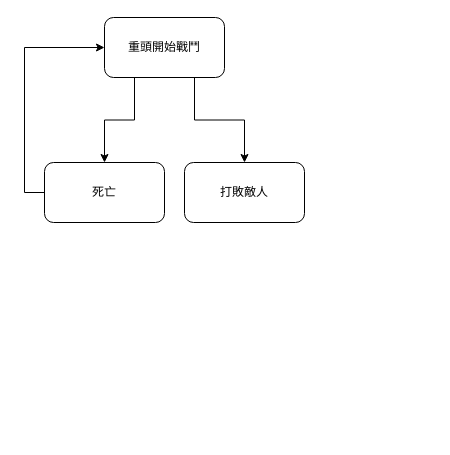
Before: 戰鬥機制.drawio in a6984234/ForDraw.io, a draw.io diagram. Source tidied: cells renumbered, new cells numbered last; positions are measured from the earlier drawing's top-left corner, leaving out a move shared by most shapes. Both pictures are drawn from the tidied source at 100%, with x=0, y=0 at pixel (44, 17).
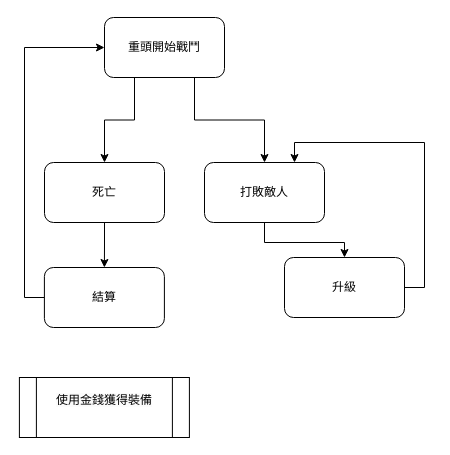
After the change.

Commit message:
更新戰鬥機制.drawio

What changed in the source:
```diff
@@
 <mxGraphModel>
   <root>
     <mxCell id="0" />
     <mxCell id="1" parent="0" />
     <mxCell id="2" style="edgeStyle=orthogonalEdgeStyle;rounded=0;jettySize=auto;html=1;exitX=0.25;exitY=1;exitDx=0;exitDy=0;entryX=0.5;entryY=0;entryDx=0;entryDy=0;" parent="1" edge="1" source="4" target="7">
       <mxGeometry relative="1" as="geometry" />
     </mxCell>
     <mxCell id="3" style="edgeStyle=orthogonalEdgeStyle;rounded=0;jettySize=auto;html=1;exitX=0.75;exitY=1;exitDx=0;exitDy=0;entryX=0.5;entryY=0;entryDx=0;entryDy=0;" parent="1" edge="1" source="4" target="5">
       <mxGeometry relative="1" as="geometry" />
     </mxCell>
     <mxCell id="4" value="重頭開始戰鬥" style="rounded=1;whiteSpace=wrap;html=1;" parent="1" vertex="1">
       <mxGeometry x="60" width="120" height="60" as="geometry" />
     </mxCell>
+    <mxCell id="8" style="edgeStyle=orthogonalEdgeStyle;rounded=0;jettySize=auto;html=1;exitX=0.5;exitY=1;exitDx=0;exitDy=0;" parent="1" edge="1" source="5" target="11">
+      <mxGeometry relative="1" as="geometry" />
+    </mxCell>
     <mxCell id="5" value="打敗敵人" style="rounded=1;whiteSpace=wrap;html=1;" parent="1" vertex="1">
-      <mxGeometry x="140" y="145" width="120" height="60" as="geometry" />
+      <mxGeometry x="160" y="145" width="120" height="60" as="geometry" />
     </mxCell>
-    <mxCell id="6" style="edgeStyle=orthogonalEdgeStyle;rounded=0;jettySize=auto;html=1;exitX=0;exitY=0.5;exitDx=0;exitDy=0;entryX=0;entryY=0.5;entryDx=0;entryDy=0;" parent="1" edge="1" source="7" target="4">
-      <mxGeometry relative="1" as="geometry" />
+    <mxCell id="6" style="edgeStyle=orthogonalEdgeStyle;rounded=0;jettySize=auto;html=1;exitX=0;exitY=0.5;exitDx=0;exitDy=0;entryX=0;entryY=0.5;entryDx=0;entryDy=0;" parent="1" edge="1" source="13" target="4">
+      <mxGeometry relative="1" as="geometry">
+        <Array as="points">
+          <mxPoint x="-20" y="280" />
+          <mxPoint x="-20" y="30" />
+        </Array>
+      </mxGeometry>
     </mxCell>
+    <mxCell id="9" style="edgeStyle=orthogonalEdgeStyle;rounded=0;jettySize=auto;html=1;exitX=0.5;exitY=1;exitDx=0;exitDy=0;" parent="1" edge="1" source="7" target="13">
+      <mxGeometry relative="1" as="geometry" />
+    </mxCell>
     <mxCell id="7" value="死亡" style="rounded=1;whiteSpace=wrap;html=1;" parent="1" vertex="1">
       <mxGeometry y="145" width="120" height="60" as="geometry" />
     </mxCell>
+    <mxCell id="10" style="edgeStyle=orthogonalEdgeStyle;rounded=0;jettySize=auto;html=1;exitX=1;exitY=0.5;exitDx=0;exitDy=0;entryX=0.75;entryY=0;entryDx=0;entryDy=0;" parent="1" edge="1" source="11" target="5">
+      <mxGeometry relative="1" as="geometry" />
+    </mxCell>
+    <mxCell id="11" value="升級" style="rounded=1;whiteSpace=wrap;html=1;" parent="1" vertex="1">
+      <mxGeometry x="240" y="240" width="120" height="60" as="geometry" />
+    </mxCell>
+    <mxCell id="12" value="&#10;&lt;span style=&quot;forced-color-adjust: none; color: rgb(0, 0, 0); font-family: Helvetica; font-size: 12px; font-style: normal; font-variant-ligatures: normal; font-variant-caps: normal; font-weight: 400; letter-spacing: normal; orphans: 2; text-align: center; text-indent: 0px; text-transform: none; widows: 2; word-spacing: 0px; -webkit-text-stroke-width: 0px; white-space: normal; text-decoration-thickness: initial; text-decoration-style: initial; text-decoration-color: initial; background-color: rgb(251, 251, 251); float: none; display: inline !important;&quot;&gt;使用金錢獲得裝備&lt;/span&gt;&lt;br style=&quot;forced-color-adjust: none; color: rgb(0, 0, 0); font-family: Helvetica; font-size: 12px; font-style: normal; font-variant-ligatures: normal; font-variant-caps: normal; font-weight: 400; letter-spacing: normal; orphans: 2; text-align: center; text-indent: 0px; text-transform: none; widows: 2; word-spacing: 0px; -webkit-text-stroke-width: 0px; white-space: normal; background-color: rgb(251, 251, 251); text-decoration-thickness: initial; text-decoration-style: initial; text-decoration-color: initial;&quot;&gt;&#10;&#10;" style="shape=process;whiteSpace=wrap;html=1;backgroundOutline=1;" parent="1" vertex="1">
+      <mxGeometry x="-25.1" y="360" width="170" height="60" as="geometry" />
+    </mxCell>
+    <mxCell id="13" value="結算" style="rounded=1;whiteSpace=wrap;html=1;" parent="1" vertex="1">
+      <mxGeometry x="-0.1" y="250" width="120" height="60" as="geometry" />
+    </mxCell>
   </root>
 </mxGraphModel>
```
